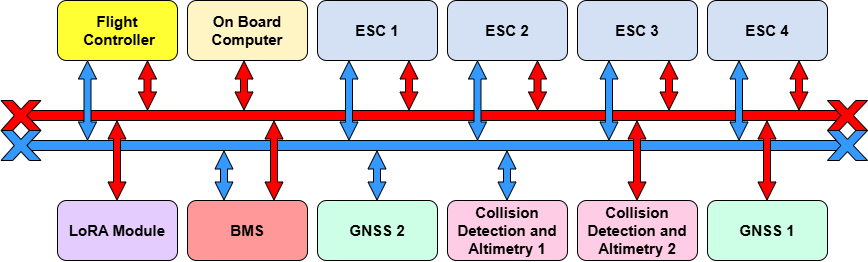
2024-3YP-Drone-TeamB/3YP_Report keeps this draw.io diagram as figs/Thomas/Intra Communication/CAN bus.png. Above is the earlier version. Source tidied: cells renumbered, new cells last; positions are measured from the earlier drawing's top-left corner, leaving out a move shared by most shapes.
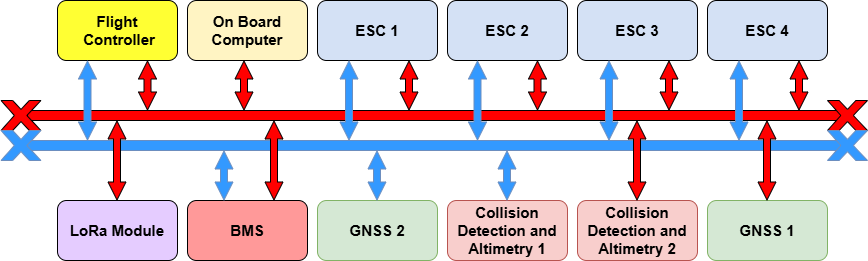
The same diagram one commit later.

Diff of the diagram source:
```diff
@@ -2,10 +2,10 @@
   <root>
     <mxCell id="0" />
     <mxCell id="1" parent="0" />
-    <mxCell id="2" value="&lt;b&gt;&lt;font style=&quot;font-size: 15px;&quot;&gt;GNSS 1&lt;/font&gt;&lt;/b&gt;" style="rounded=1;whiteSpace=wrap;html=1;fillColor=#CCFFE6;" parent="1" vertex="1">
+    <mxCell id="2" value="&lt;b&gt;&lt;font style=&quot;font-size: 15px;&quot;&gt;GNSS 1&lt;/font&gt;&lt;/b&gt;" style="rounded=1;whiteSpace=wrap;html=1;fillColor=#d5e8d4;strokeColor=#82b366;" parent="1" vertex="1">
       <mxGeometry x="706" y="200" width="120" height="60" as="geometry" />
     </mxCell>
-    <mxCell id="3" value="&lt;b&gt;&lt;font style=&quot;font-size: 15px;&quot;&gt;Collision Detection and Altimetry 1&lt;/font&gt;&lt;/b&gt;" style="rounded=1;whiteSpace=wrap;html=1;fillColor=#FFCCE6;" parent="1" vertex="1">
+    <mxCell id="3" value="&lt;b&gt;&lt;font style=&quot;font-size: 15px;&quot;&gt;Collision Detection and Altimetry 1&lt;/font&gt;&lt;/b&gt;" style="rounded=1;whiteSpace=wrap;html=1;fillColor=#f8cecc;strokeColor=#b85450;" parent="1" vertex="1">
       <mxGeometry x="446" y="200" width="120" height="60" as="geometry" />
     </mxCell>
     <mxCell id="4" value="&lt;b&gt;&lt;font style=&quot;font-size: 15px;&quot;&gt;BMS&lt;/font&gt;&lt;/b&gt;" style="rounded=1;whiteSpace=wrap;html=1;fillColor=#FF9999;" parent="1" vertex="1">
@@ -26,16 +26,16 @@
     <mxCell id="9" value="&lt;b&gt;&lt;font style=&quot;font-size: 15px;&quot;&gt;ESC 4&lt;/font&gt;&lt;/b&gt;" style="rounded=1;whiteSpace=wrap;html=1;fillColor=#D4E1F5;" parent="1" vertex="1">
       <mxGeometry x="706" width="120" height="60" as="geometry" />
     </mxCell>
-    <mxCell id="10" value="&lt;b&gt;&lt;font style=&quot;font-size: 15px;&quot;&gt;GNSS 2&lt;/font&gt;&lt;/b&gt;" style="rounded=1;whiteSpace=wrap;html=1;fillColor=#CCFFE6;" parent="1" vertex="1">
+    <mxCell id="10" value="&lt;b&gt;&lt;font style=&quot;font-size: 15px;&quot;&gt;GNSS 2&lt;/font&gt;&lt;/b&gt;" style="rounded=1;whiteSpace=wrap;html=1;fillColor=#d5e8d4;strokeColor=#82b366;" parent="1" vertex="1">
       <mxGeometry x="316" y="200" width="120" height="60" as="geometry" />
     </mxCell>
-    <mxCell id="11" value="&lt;b&gt;&lt;font style=&quot;font-size: 15px;&quot;&gt;Collision Detection and Altimetry 2&lt;/font&gt;&lt;/b&gt;" style="rounded=1;whiteSpace=wrap;html=1;fillColor=#FFCCE6;" parent="1" vertex="1">
+    <mxCell id="11" value="&lt;b&gt;&lt;font style=&quot;font-size: 15px;&quot;&gt;Collision Detection and Altimetry 2&lt;/font&gt;&lt;/b&gt;" style="rounded=1;whiteSpace=wrap;html=1;fillColor=#f8cecc;strokeColor=#b85450;" parent="1" vertex="1">
       <mxGeometry x="576" y="200" width="120" height="60" as="geometry" />
     </mxCell>
     <mxCell id="12" style="rounded=0;whiteSpace=wrap;html=1;fillColor=#FF0000;" parent="1" vertex="1">
       <mxGeometry x="26" y="110" width="820" height="10" as="geometry" />
     </mxCell>
-    <mxCell id="13" style="rounded=0;whiteSpace=wrap;html=1;fillColor=#3399FF;" parent="1" vertex="1">
+    <mxCell id="13" style="rounded=0;whiteSpace=wrap;html=1;fillColor=#3399FF;strokeColor=#6c8ebf;" parent="1" vertex="1">
       <mxGeometry x="26" y="140" width="820" height="10" as="geometry" />
     </mxCell>
     <mxCell id="14" style="shape=flexArrow;endArrow=classic;startArrow=classic;html=1;rounded=0;width=7;endSize=5.67;startWidth=10;startSize=5.67;endWidth=10;fillColor=#FF0000;" parent="1" edge="1">
@@ -44,13 +44,13 @@
         <mxPoint x="797.5" y="60" as="targetPoint" />
       </mxGeometry>
     </mxCell>
-    <mxCell id="15" style="shape=flexArrow;endArrow=classic;startArrow=classic;html=1;rounded=0;width=7;endSize=5.67;startWidth=10;startSize=5.67;endWidth=10;fillColor=#3399FF;" parent="1" edge="1">
+    <mxCell id="15" style="shape=flexArrow;endArrow=classic;startArrow=classic;html=1;rounded=0;width=7;endSize=5.67;startWidth=10;startSize=5.67;endWidth=10;fillColor=#3399FF;strokeColor=#6c8ebf;" parent="1" edge="1">
       <mxGeometry relative="1" as="geometry">
         <mxPoint x="347.5" y="140" as="sourcePoint" />
         <mxPoint x="347.5" y="60" as="targetPoint" />
       </mxGeometry>
     </mxCell>
-    <mxCell id="16" style="shape=flexArrow;endArrow=classic;startArrow=classic;html=1;rounded=0;width=7;endSize=5.67;startWidth=10;startSize=5.67;endWidth=10;fillColor=#3399FF;" parent="1" edge="1">
+    <mxCell id="16" style="shape=flexArrow;endArrow=classic;startArrow=classic;html=1;rounded=0;width=7;endSize=5.67;startWidth=10;startSize=5.67;endWidth=10;fillColor=#3399FF;strokeColor=#6c8ebf;" parent="1" edge="1">
       <mxGeometry relative="1" as="geometry">
         <mxPoint x="375.5" y="200" as="sourcePoint" />
         <mxPoint x="375.5" y="150" as="targetPoint" />
@@ -62,13 +62,13 @@
         <mxPoint x="242.5" y="60" as="targetPoint" />
       </mxGeometry>
     </mxCell>
-    <mxCell id="18" style="shape=flexArrow;endArrow=classic;startArrow=classic;html=1;rounded=0;width=7;endSize=5.67;startWidth=10;startSize=5.67;endWidth=10;fillColor=#3399FF;" parent="1" edge="1">
+    <mxCell id="18" style="shape=flexArrow;endArrow=classic;startArrow=classic;html=1;rounded=0;width=7;endSize=5.67;startWidth=10;startSize=5.67;endWidth=10;fillColor=#3399FF;strokeColor=#6c8ebf;" parent="1" edge="1">
       <mxGeometry relative="1" as="geometry">
         <mxPoint x="222.5" y="200" as="sourcePoint" />
         <mxPoint x="222.5" y="150" as="targetPoint" />
       </mxGeometry>
     </mxCell>
-    <mxCell id="19" style="shape=flexArrow;endArrow=classic;startArrow=classic;html=1;rounded=0;width=7;endSize=5.67;startWidth=10;startSize=5.67;endWidth=10;fillColor=#3399FF;" parent="1" edge="1">
+    <mxCell id="19" style="shape=flexArrow;endArrow=classic;startArrow=classic;html=1;rounded=0;width=7;endSize=5.67;startWidth=10;startSize=5.67;endWidth=10;fillColor=#3399FF;strokeColor=#6c8ebf;" parent="1" edge="1">
       <mxGeometry relative="1" as="geometry">
         <mxPoint x="505.5" y="200" as="sourcePoint" />
         <mxPoint x="505.5" y="150" as="targetPoint" />
@@ -92,19 +92,19 @@
         <mxPoint x="407.5" y="60" as="targetPoint" />
       </mxGeometry>
     </mxCell>
-    <mxCell id="23" style="shape=flexArrow;endArrow=classic;startArrow=classic;html=1;rounded=0;width=7;endSize=5.67;startWidth=10;startSize=5.67;endWidth=10;fillColor=#3399FF;" parent="1" edge="1">
+    <mxCell id="23" style="shape=flexArrow;endArrow=classic;startArrow=classic;html=1;rounded=0;width=7;endSize=5.67;startWidth=10;startSize=5.67;endWidth=10;fillColor=#3399FF;strokeColor=#6c8ebf;" parent="1" edge="1">
       <mxGeometry relative="1" as="geometry">
         <mxPoint x="476" y="140" as="sourcePoint" />
         <mxPoint x="476" y="60" as="targetPoint" />
       </mxGeometry>
     </mxCell>
-    <mxCell id="24" style="shape=flexArrow;endArrow=classic;startArrow=classic;html=1;rounded=0;width=7;endSize=5.67;startWidth=10;startSize=5.67;endWidth=10;fillColor=#3399FF;" parent="1" edge="1">
+    <mxCell id="24" style="shape=flexArrow;endArrow=classic;startArrow=classic;html=1;rounded=0;width=7;endSize=5.67;startWidth=10;startSize=5.67;endWidth=10;fillColor=#3399FF;strokeColor=#6c8ebf;" parent="1" edge="1">
       <mxGeometry relative="1" as="geometry">
         <mxPoint x="607.5" y="140" as="sourcePoint" />
         <mxPoint x="607.5" y="60" as="targetPoint" />
       </mxGeometry>
     </mxCell>
-    <mxCell id="25" style="shape=flexArrow;endArrow=classic;startArrow=classic;html=1;rounded=0;width=7;endSize=5.67;startWidth=10;startSize=5.67;endWidth=10;fillColor=#3399FF;" parent="1" edge="1">
+    <mxCell id="25" style="shape=flexArrow;endArrow=classic;startArrow=classic;html=1;rounded=0;width=7;endSize=5.67;startWidth=10;startSize=5.67;endWidth=10;fillColor=#3399FF;strokeColor=#6c8ebf;" parent="1" edge="1">
       <mxGeometry relative="1" as="geometry">
         <mxPoint x="737.5" y="140" as="sourcePoint" />
         <mxPoint x="737.5" y="60" as="targetPoint" />
@@ -131,16 +131,16 @@
     <mxCell id="29" style="verticalLabelPosition=bottom;verticalAlign=top;html=1;shape=mxgraph.basic.x;fillColor=#FF0000;" parent="1" vertex="1">
       <mxGeometry x="826" y="100" width="40" height="30" as="geometry" />
     </mxCell>
-    <mxCell id="30" style="verticalLabelPosition=bottom;verticalAlign=top;html=1;shape=mxgraph.basic.x;fillColor=#3399FF;" parent="1" vertex="1">
+    <mxCell id="30" style="verticalLabelPosition=bottom;verticalAlign=top;html=1;shape=mxgraph.basic.x;fillColor=#3399FF;strokeColor=#6c8ebf;" parent="1" vertex="1">
       <mxGeometry x="826" y="130" width="40" height="30" as="geometry" />
     </mxCell>
     <mxCell id="31" style="verticalLabelPosition=bottom;verticalAlign=top;html=1;shape=mxgraph.basic.x;fillColor=#FF0000;" parent="1" vertex="1">
       <mxGeometry x="-0.5" y="100" width="40" height="30" as="geometry" />
     </mxCell>
-    <mxCell id="32" style="verticalLabelPosition=bottom;verticalAlign=top;html=1;shape=mxgraph.basic.x;fillColor=#3399FF;" parent="1" vertex="1">
+    <mxCell id="32" style="verticalLabelPosition=bottom;verticalAlign=top;html=1;shape=mxgraph.basic.x;fillColor=#3399FF;strokeColor=#6c8ebf;" parent="1" vertex="1">
       <mxGeometry x="-0.5" y="130" width="40" height="30" as="geometry" />
     </mxCell>
-    <mxCell id="33" value="&lt;b&gt;&lt;font style=&quot;font-size: 15px;&quot;&gt;LoRA Module&lt;/font&gt;&lt;/b&gt;" style="rounded=1;whiteSpace=wrap;html=1;fillColor=#E5CCFF;" parent="1" vertex="1">
+    <mxCell id="33" value="&lt;b&gt;&lt;font style=&quot;font-size: 15px;&quot;&gt;LoRa Module&lt;/font&gt;&lt;/b&gt;" style="rounded=1;whiteSpace=wrap;html=1;fillColor=#E5CCFF;" parent="1" vertex="1">
       <mxGeometry x="56" y="200" width="120" height="60" as="geometry" />
     </mxCell>
     <mxCell id="34" value="&lt;b&gt;&lt;font style=&quot;font-size: 15px;&quot;&gt;Flight&lt;/font&gt;&lt;/b&gt;&lt;div&gt;&lt;b&gt;&lt;font style=&quot;font-size: 15px;&quot;&gt;&amp;nbsp;Controller&lt;/font&gt;&lt;/b&gt;&lt;/div&gt;" style="rounded=1;whiteSpace=wrap;html=1;fillColor=#FFFF33;" parent="1" vertex="1">
@@ -158,7 +158,7 @@
         <mxPoint x="115.5" y="120" as="targetPoint" />
       </mxGeometry>
     </mxCell>
-    <mxCell id="37" style="shape=flexArrow;endArrow=classic;startArrow=classic;html=1;rounded=0;width=7;endSize=5.67;startWidth=10;startSize=5.67;endWidth=10;fillColor=#3399FF;" parent="1" edge="1">
+    <mxCell id="37" style="shape=flexArrow;endArrow=classic;startArrow=classic;html=1;rounded=0;width=7;endSize=5.67;startWidth=10;startSize=5.67;endWidth=10;fillColor=#3399FF;strokeColor=#6c8ebf;" parent="1" edge="1">
       <mxGeometry relative="1" as="geometry">
         <mxPoint x="86" y="140" as="sourcePoint" />
         <mxPoint x="86" y="60" as="targetPoint" />
```
